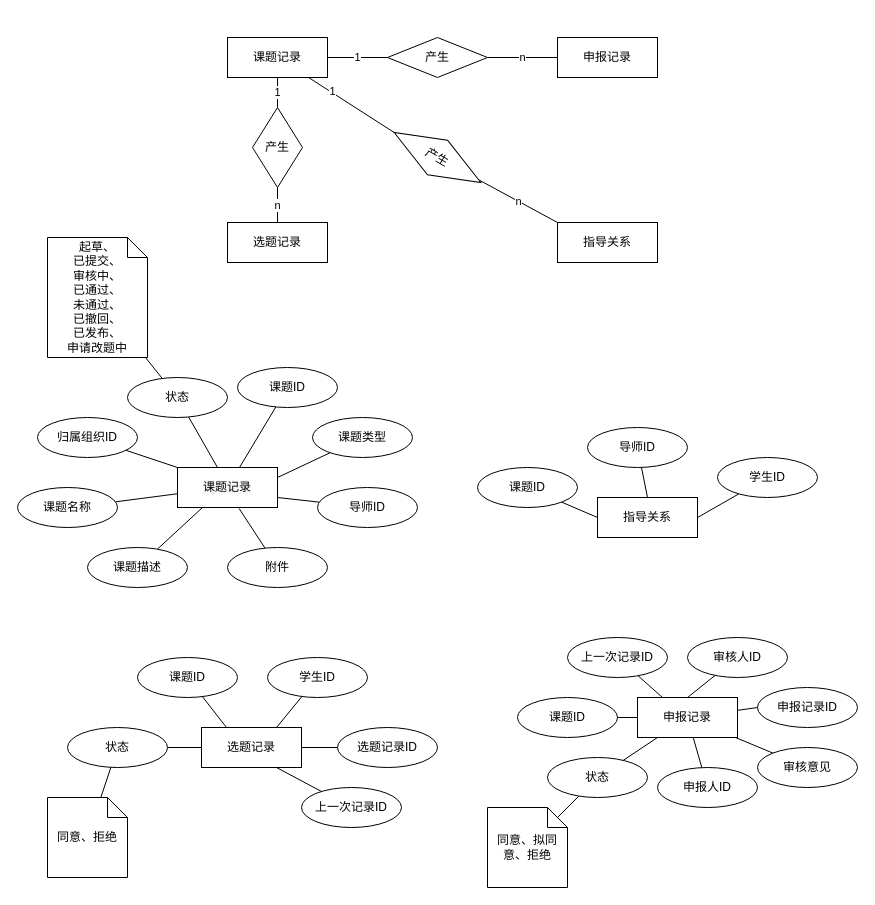
Before: page "课题服务" (3 of 5) of 毕设管理系统/ER模型图.drawio in FdfGithub/drawio, a draw.io diagram. Source tidied: cells renumbered, new cells numbered last; positions are measured from the earlier drawing's top-left corner, leaving out a move shared by most shapes. Both pictures are drawn from the tidied source at 100%, with x=0, y=0 at pixel (17, 37).
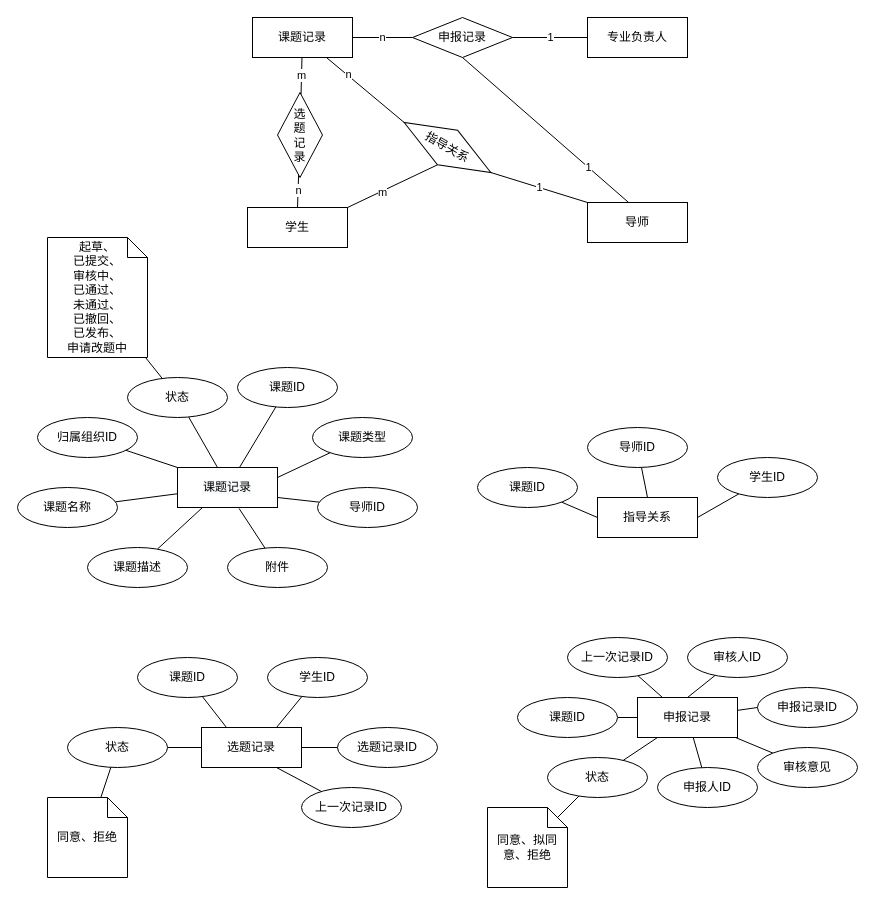
Above is the later version.

The change refers to these unchanged cells:
```xml
<mxCell id="3" style="edgeStyle=none;rounded=0;jettySize=auto;html=1;entryX=0;entryY=0.5;entryDx=0;entryDy=0;endArrow=none;endFill=0;" parent="1" edge="1" source="5" target="63">
  <mxGeometry relative="1" as="geometry" />
</mxCell>
```

Diff of the diagram source:
```diff
@@
-    <mxCell id="2" value="1" style="edgeStyle=none;rounded=0;jettySize=auto;html=1;entryX=0.5;entryY=0;entryDx=0;entryDy=0;endArrow=none;endFill=0;" parent="1" edge="1" source="5" target="61">
-      <mxGeometry relative="1" as="geometry" />
-    </mxCell>
@@
-    <mxCell id="4" value="1" style="edgeLabel;html=1;align=center;verticalAlign=middle;" parent="3" vertex="1">
+    <mxCell id="4" value="n" style="edgeLabel;html=1;align=center;verticalAlign=middle;" parent="3" vertex="1">
       <mxGeometry x="-0.47" y="1" relative="1" as="geometry" />
     </mxCell>
+    <mxCell id="72" value="m" style="edgeStyle=none;rounded=1;jumpStyle=arc;jumpSize=18;jettySize=auto;html=1;endArrow=none;endFill=0;" parent="1" edge="1" source="5" target="78">
+      <mxGeometry relative="1" as="geometry" />
+    </mxCell>
     <mxCell id="5" value="课题记录" style="whiteSpace=wrap;html=1;align=center;" parent="1" vertex="1">
-      <mxGeometry x="210" width="100" height="40" as="geometry" />
+      <mxGeometry x="235" y="-20" width="100" height="40" as="geometry" />
     </mxCell>
-    <mxCell id="6" value="指导关系" style="whiteSpace=wrap;html=1;align=center;" parent="1" vertex="1">
-      <mxGeometry x="540" y="185" width="100" height="40" as="geometry" />
-    </mxCell>
-    <mxCell id="7" value="选题记录" style="whiteSpace=wrap;html=1;align=center;" parent="1" vertex="1">
-      <mxGeometry x="210" y="185" width="100" height="40" as="geometry" />
-    </mxCell>
@@
-    <mxCell id="50" value="申报记录" style="whiteSpace=wrap;html=1;align=center;" parent="1" vertex="1">
-      <mxGeometry x="540" width="100" height="40" as="geometry" />
+    <mxCell id="50" value="专业负责人" style="whiteSpace=wrap;html=1;align=center;" parent="1" vertex="1">
+      <mxGeometry x="570" y="-20" width="100" height="40" as="geometry" />
     </mxCell>
@@
-    <mxCell id="57" value="n" style="edgeStyle=none;rounded=0;jettySize=auto;html=1;endArrow=none;endFill=0;" parent="1" edge="1" source="59" target="50">
+    <mxCell id="57" value="1" style="edgeStyle=none;rounded=0;jettySize=auto;html=1;endArrow=none;endFill=0;" parent="1" edge="1" source="59" target="50">
       <mxGeometry relative="1" as="geometry" />
     </mxCell>
-    <mxCell id="58" value="1" style="edgeStyle=none;rounded=0;jettySize=auto;html=1;endArrow=none;endFill=0;" parent="1" edge="1" source="59" target="5">
+    <mxCell id="58" value="n" style="edgeStyle=none;rounded=0;jettySize=auto;html=1;endArrow=none;endFill=0;" parent="1" edge="1" source="59" target="5">
       <mxGeometry relative="1" as="geometry" />
     </mxCell>
+    <mxCell id="73" style="edgeStyle=none;rounded=1;jumpStyle=arc;jumpSize=18;jettySize=auto;html=1;endArrow=none;endFill=0;exitX=0.5;exitY=1;exitDx=0;exitDy=0;entryX=0.42;entryY=0.02;entryDx=0;entryDy=0;entryPerimeter=0;" parent="1" edge="1" source="59" target="74">
+      <mxGeometry relative="1" as="geometry" />
+    </mxCell>
+    <mxCell id="2" value="1" style="edgeLabel;html=1;align=center;verticalAlign=middle;" parent="73" vertex="1">
+      <mxGeometry x="0.51" relative="1" as="geometry" />
+    </mxCell>
-    <mxCell id="59" value="产生" style="shape=rhombus;perimeter=rhombusPerimeter;whiteSpace=wrap;html=1;align=center;" parent="1" vertex="1">
-      <mxGeometry x="370" width="100" height="40" as="geometry" />
+    <mxCell id="59" value="申报记录" style="shape=rhombus;perimeter=rhombusPerimeter;whiteSpace=wrap;html=1;align=center;" parent="1" vertex="1">
+      <mxGeometry x="395" y="-20" width="100" height="40" as="geometry" />
     </mxCell>
-    <mxCell id="60" value="n" style="edgeStyle=none;rounded=0;jettySize=auto;html=1;endArrow=none;endFill=0;" parent="1" edge="1" source="61" target="7">
-      <mxGeometry relative="1" as="geometry" />
-    </mxCell>
-    <mxCell id="61" value="产生" style="shape=rhombus;perimeter=rhombusPerimeter;whiteSpace=wrap;html=1;align=center;" parent="1" vertex="1">
-      <mxGeometry x="235" y="70" width="50" height="80" as="geometry" />
-    </mxCell>
-    <mxCell id="62" value="n" style="edgeStyle=none;rounded=0;jettySize=auto;html=1;endArrow=none;endFill=0;entryX=0;entryY=0;entryDx=0;entryDy=0;" parent="1" edge="1" source="63" target="6">
+    <mxCell id="62" value="1" style="edgeStyle=none;rounded=0;jettySize=auto;html=1;endArrow=none;endFill=0;entryX=0;entryY=0;entryDx=0;entryDy=0;exitX=1;exitY=0.5;exitDx=0;exitDy=0;" parent="1" edge="1" source="63" target="74">
       <mxGeometry relative="1" as="geometry" />
     </mxCell>
-    <mxCell id="63" value="产生" style="shape=rhombus;perimeter=rhombusPerimeter;whiteSpace=wrap;html=1;align=center;rotation=30;" parent="1" vertex="1">
-      <mxGeometry x="370" y="100" width="100" height="40" as="geometry" />
+    <mxCell id="63" value="指导关系" style="shape=rhombus;perimeter=rhombusPerimeter;whiteSpace=wrap;html=1;align=center;rotation=30;" parent="1" vertex="1">
+      <mxGeometry x="380" y="90" width="100" height="40" as="geometry" />
     </mxCell>
@@
+    <mxCell id="74" value="导师" style="whiteSpace=wrap;html=1;align=center;" parent="1" vertex="1">
+      <mxGeometry x="570" y="165" width="100" height="40" as="geometry" />
+    </mxCell>
+    <mxCell id="75" style="edgeStyle=none;rounded=1;jumpStyle=arc;jumpSize=18;jettySize=auto;html=1;entryX=0.5;entryY=1;entryDx=0;entryDy=0;endArrow=none;endFill=0;exitX=1;exitY=0;exitDx=0;exitDy=0;" parent="1" edge="1" source="77" target="63">
+      <mxGeometry relative="1" as="geometry" />
+    </mxCell>
+    <mxCell id="76" value="m" style="edgeLabel;html=1;align=center;verticalAlign=middle;" parent="75" vertex="1">
+      <mxGeometry x="-0.23" y="-1" relative="1" as="geometry" />
+    </mxCell>
+    <mxCell id="77" value="学生" style="whiteSpace=wrap;html=1;align=center;" parent="1" vertex="1">
+      <mxGeometry x="230" y="170" width="100" height="40" as="geometry" />
+    </mxCell>
+    <mxCell id="60" value="n" style="edgeStyle=none;rounded=1;jumpStyle=arc;jumpSize=18;jettySize=auto;html=1;entryX=0.5;entryY=0;entryDx=0;entryDy=0;endArrow=none;endFill=0;" parent="1" edge="1" source="78" target="77">
+      <mxGeometry relative="1" as="geometry" />
+    </mxCell>
+    <mxCell id="78" value="选&lt;br&gt;题&lt;br&gt;记&lt;br&gt;录" style="shape=rhombus;perimeter=rhombusPerimeter;whiteSpace=wrap;html=1;align=center;" parent="1" vertex="1">
+      <mxGeometry x="260" y="55" width="45" height="85" as="geometry" />
+    </mxCell>
```
